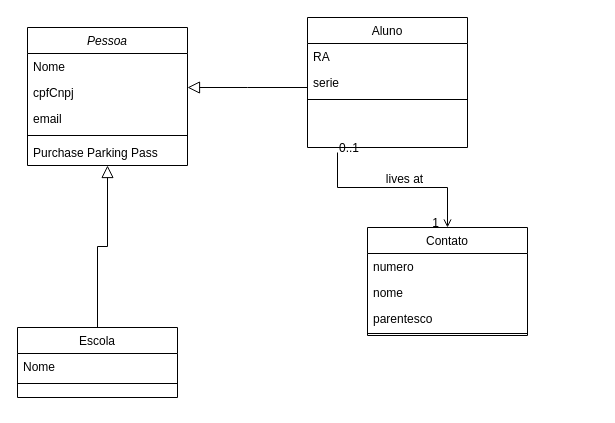
The draw.io diagram Untitled Diagram.drawio in paty127/Mjv.new, before the edit. Source tidied: cells renumbered, new cells numbered last; positions are measured from the earlier drawing's top-left corner, leaving out a move shared by most shapes. Both pictures are drawn from the tidied source at 100%, with x=0, y=0 at pixel (17, 17).
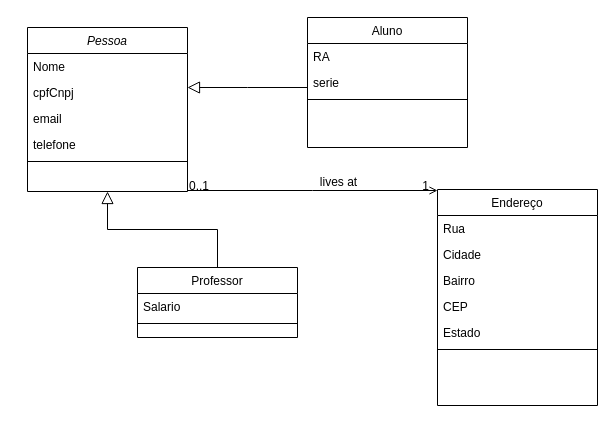
After the change.

The edit, as a diff of the source:
```diff
@@
     <mxCell id="2" value="Pessoa" style="swimlane;fontStyle=2;align=center;verticalAlign=top;horizontal=1;startSize=26;rounded=0;shadow=0;strokeWidth=1;" parent="1" vertex="1">
-      <mxGeometry x="10" y="10" width="160" height="138" as="geometry" />
+      <mxGeometry x="10" y="10" width="160" height="164" as="geometry" />
     </mxCell>
@@
+    <mxCell id="26" value="email" style="text;align=left;verticalAlign=top;spacingLeft=4;spacingRight=4;overflow=hidden;rounded=0;shadow=0;html=0;" parent="2" vertex="1">
+      <mxGeometry y="78" width="160" height="26" as="geometry" />
+    </mxCell>
-    <mxCell id="5" value="email" style="text;align=left;verticalAlign=top;spacingLeft=4;spacingRight=4;overflow=hidden;rounded=0;shadow=0;html=0;" parent="2" vertex="1">
-      <mxGeometry y="78" width="160" height="26" as="geometry" />
+    <mxCell id="5" value="telefone" style="text;align=left;verticalAlign=top;spacingLeft=4;spacingRight=4;overflow=hidden;rounded=0;shadow=0;html=0;" parent="2" vertex="1">
+      <mxGeometry y="104" width="160" height="26" as="geometry" />
     </mxCell>
     <mxCell id="6" style="line;html=1;strokeWidth=1;align=left;verticalAlign=middle;spacingTop=-1;spacingLeft=3;spacingRight=3;labelPosition=right;" parent="2" vertex="1">
-      <mxGeometry y="104" width="160" height="8" as="geometry" />
+      <mxGeometry y="130" width="160" height="8" as="geometry" />
     </mxCell>
-    <mxCell id="7" value="Purchase Parking Pass" style="text;align=left;verticalAlign=top;spacingLeft=4;spacingRight=4;overflow=hidden;" parent="2" vertex="1">
-      <mxGeometry y="112" width="160" height="26" as="geometry" />
-    </mxCell>
@@
-    <mxCell id="13" value="Escola" style="swimlane;fontStyle=0;align=center;verticalAlign=top;horizontal=1;startSize=26;rounded=0;shadow=0;strokeWidth=1;" parent="1" vertex="1">
-      <mxGeometry y="310" width="160" height="70" as="geometry" />
+    <mxCell id="13" value="Professor" style="swimlane;fontStyle=0;align=center;verticalAlign=top;horizontal=1;startSize=26;rounded=0;shadow=0;strokeWidth=1;" parent="1" vertex="1">
+      <mxGeometry x="120" y="250" width="160" height="70" as="geometry" />
     </mxCell>
-    <mxCell id="14" value="Nome" style="text;align=left;verticalAlign=top;spacingLeft=4;spacingRight=4;overflow=hidden;" parent="13" vertex="1">
+    <mxCell id="14" value="Salario" style="text;align=left;verticalAlign=top;spacingLeft=4;spacingRight=4;overflow=hidden;" parent="13" vertex="1">
       <mxGeometry y="26" width="160" height="26" as="geometry" />
     </mxCell>
@@
-    <mxCell id="17" value="Contato" style="swimlane;fontStyle=0;align=center;verticalAlign=top;horizontal=1;startSize=26;rounded=0;shadow=0;strokeWidth=1;" parent="1" vertex="1">
-      <mxGeometry x="350" y="210" width="160" height="108" as="geometry" />
+    <mxCell id="17" value="Endereço" style="swimlane;fontStyle=0;align=center;verticalAlign=top;horizontal=1;startSize=26;rounded=0;shadow=0;strokeWidth=1;" parent="1" vertex="1">
+      <mxGeometry x="420" y="172" width="160" height="216" as="geometry" />
     </mxCell>
-    <mxCell id="18" value="numero" style="text;align=left;verticalAlign=top;spacingLeft=4;spacingRight=4;overflow=hidden;" parent="17" vertex="1">
+    <mxCell id="18" value="Rua" style="text;align=left;verticalAlign=top;spacingLeft=4;spacingRight=4;overflow=hidden;" parent="17" vertex="1">
       <mxGeometry y="26" width="160" height="26" as="geometry" />
     </mxCell>
-    <mxCell id="19" value="nome" style="text;align=left;verticalAlign=top;spacingLeft=4;spacingRight=4;overflow=hidden;rounded=0;shadow=0;html=0;" parent="17" vertex="1">
+    <mxCell id="19" value="Cidade" style="text;align=left;verticalAlign=top;spacingLeft=4;spacingRight=4;overflow=hidden;rounded=0;shadow=0;html=0;" parent="17" vertex="1">
       <mxGeometry y="52" width="160" height="26" as="geometry" />
     </mxCell>
-    <mxCell id="20" value="parentesco" style="text;align=left;verticalAlign=top;spacingLeft=4;spacingRight=4;overflow=hidden;rounded=0;shadow=0;html=0;" parent="17" vertex="1">
+    <mxCell id="20" value="Bairro" style="text;align=left;verticalAlign=top;spacingLeft=4;spacingRight=4;overflow=hidden;rounded=0;shadow=0;html=0;" parent="17" vertex="1">
       <mxGeometry y="78" width="160" height="26" as="geometry" />
     </mxCell>
+    <mxCell id="27" value="CEP" style="text;align=left;verticalAlign=top;spacingLeft=4;spacingRight=4;overflow=hidden;rounded=0;shadow=0;html=0;" parent="17" vertex="1">
+      <mxGeometry y="104" width="160" height="26" as="geometry" />
+    </mxCell>
+    <mxCell id="28" value="Estado" style="text;align=left;verticalAlign=top;spacingLeft=4;spacingRight=4;overflow=hidden;rounded=0;shadow=0;html=0;" parent="17" vertex="1">
+      <mxGeometry y="130" width="160" height="26" as="geometry" />
+    </mxCell>
     <mxCell id="21" style="line;html=1;strokeWidth=1;align=left;verticalAlign=middle;spacingTop=-1;spacingLeft=3;spacingRight=3;labelPosition=right;" parent="17" vertex="1">
-      <mxGeometry y="104" width="160" height="4" as="geometry" />
+      <mxGeometry y="156" width="160" height="8" as="geometry" />
     </mxCell>
-    <mxCell id="22" style="endArrow=open;shadow=0;strokeWidth=1;rounded=0;endFill=1;edgeStyle=elbowEdgeStyle;elbow=vertical;" parent="1" edge="1" target="17">
+    <mxCell id="22" style="endArrow=open;shadow=0;strokeWidth=1;rounded=0;endFill=1;edgeStyle=elbowEdgeStyle;elbow=vertical;" parent="1" edge="1" source="2" target="17">
       <mxGeometry x="0.5" y="41" relative="1" as="geometry">
-        <mxPoint x="320" y="135" as="sourcePoint" />
-        <Array as="points">
-          <mxPoint x="130" y="170" />
-        </Array>
         <mxPoint x="-40" y="32" as="offset" />
       </mxGeometry>
     </mxCell>
```
